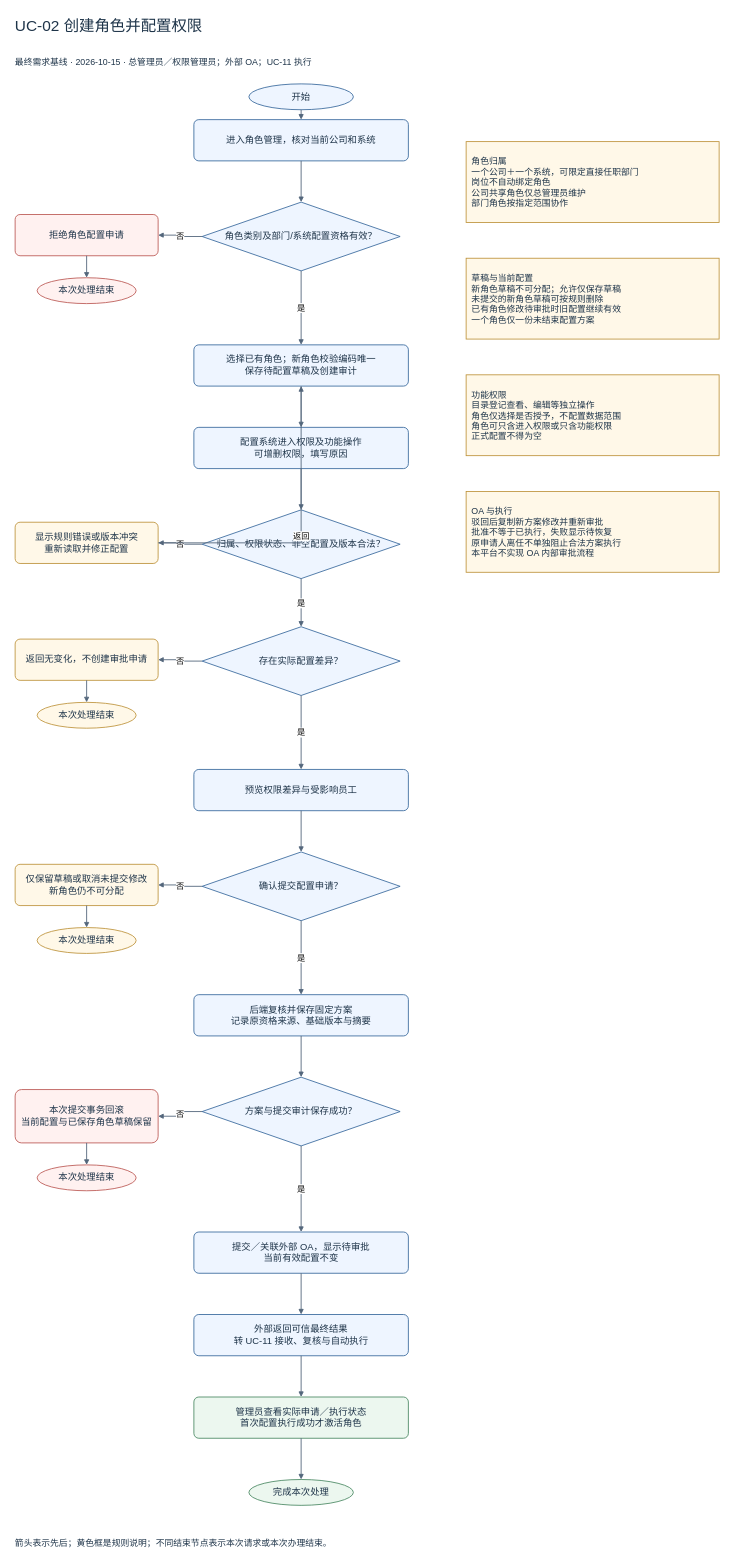
Above: docs/01-requirements/按用例分类/UC-02_创建角色并配置权限/UC-02_创建角色并配置权限_流程图.drawio in Noah-hope/RBAC-admin (draw.io), before the change. Source tidied: cells renumbered, new cells numbered last; positions are measured from the earlier drawing's top-left corner, leaving out a move shared by most shapes. Both pictures are drawn from the tidied source at 55%, with x=0, y=0 at pixel (9, 9).
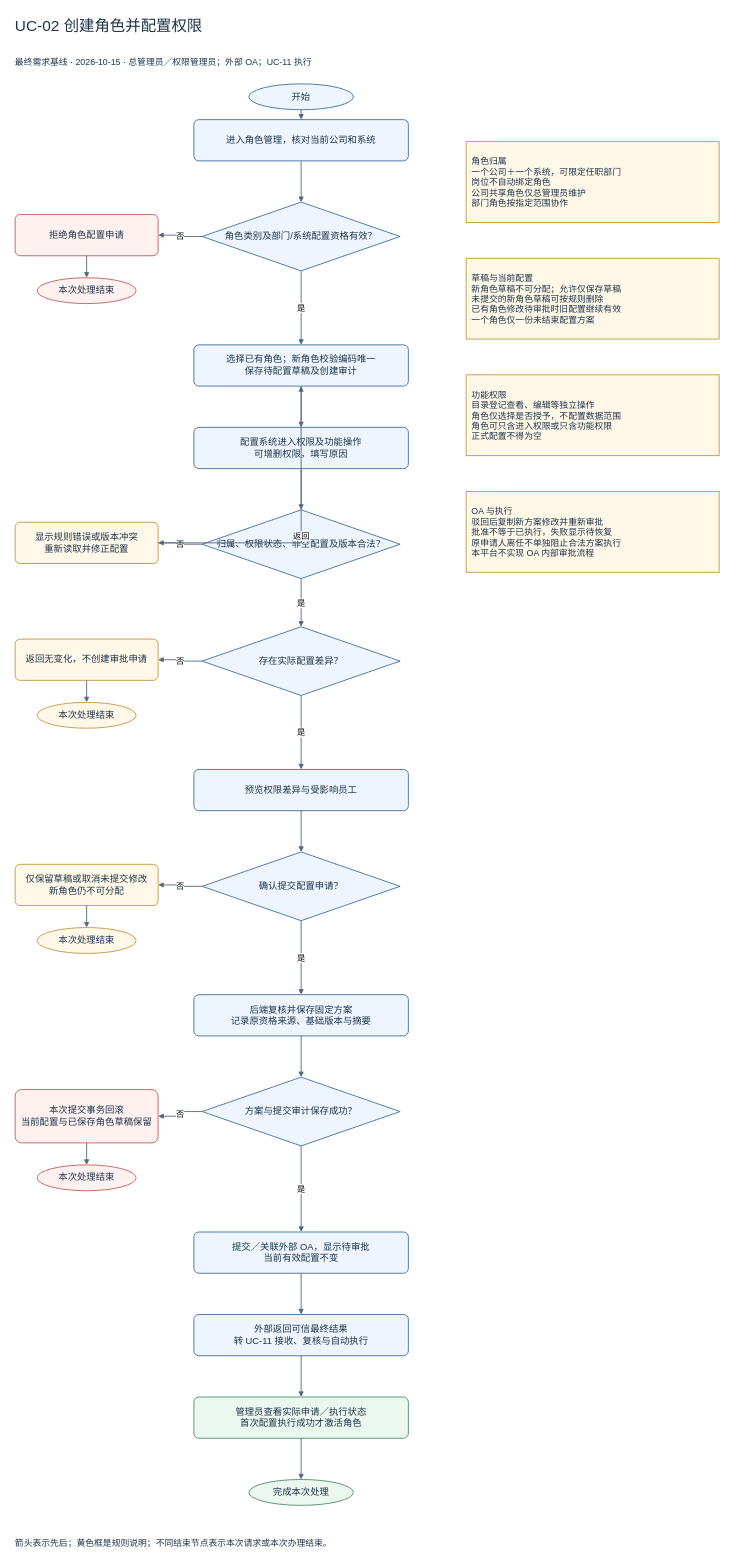
The same diagram, later.

The edit, as a diff of the source:
```diff
@@
-    <mxCell id="28" value="角色归属&lt;br&gt;一个公司＋一个系统，可限定直接任职部门&lt;br&gt;岗位不自动绑定角色&lt;br&gt;公司共享角色仅总管理员维护&lt;br&gt;部门角色按指定范围协作" style="rounded=0;html=1;whiteSpace=wrap;fontFamily=Microsoft YaHei;fontSize=17;fontColor=#1e3449;align=center;verticalAlign=middle;spacing=10;fillColor=#fff8e8;strokeColor=#bc9036;strokeWidth=1.5;align=left;fontSize=16;" parent="1" vertex="1">
+    <mxCell id="28" value="角色归属&lt;br&gt;一个公司＋一个系统，可限定任职部门&lt;br&gt;岗位不自动绑定角色&lt;br&gt;公司共享角色仅总管理员维护&lt;br&gt;部门角色按指定范围协作" style="rounded=0;html=1;whiteSpace=wrap;fontFamily=Microsoft YaHei;fontSize=17;fontColor=#1e3449;align=center;verticalAlign=middle;spacing=10;fillColor=#fff8e8;strokeColor=#bc9036;strokeWidth=1.5;align=left;fontSize=16;" parent="1" vertex="1">
       <mxGeometry x="830" y="240" width="460" height="147" as="geometry" />
     </mxCell>
```
